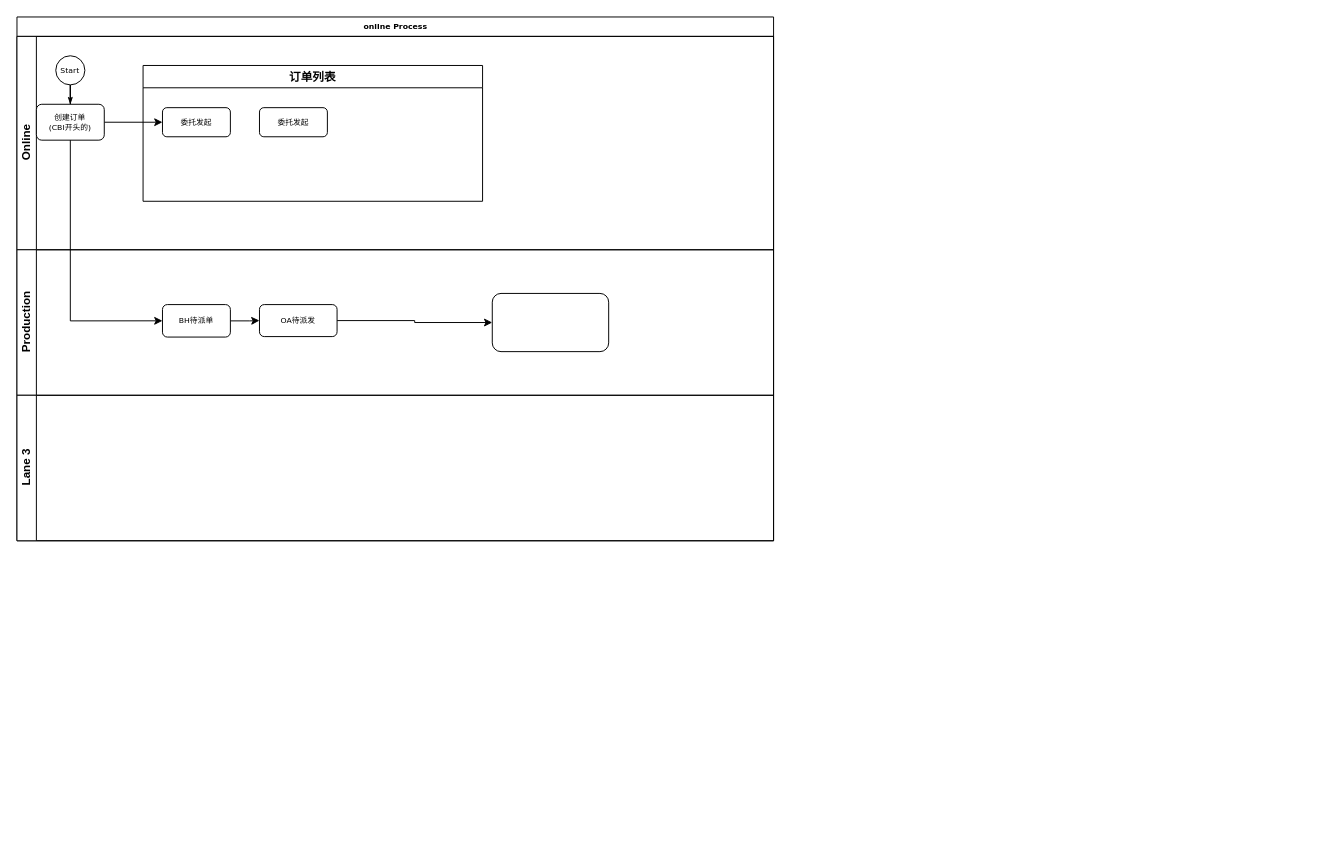
Above: 3.drawio in romon-liangbo/draw (draw.io), before the change. Source tidied: cells renumbered, new cells numbered last; positions are measured from the earlier drawing's top-left corner, leaving out a move shared by most shapes. Both pictures are drawn from the tidied source at 97%, with x=0, y=0 at pixel (16, 16).
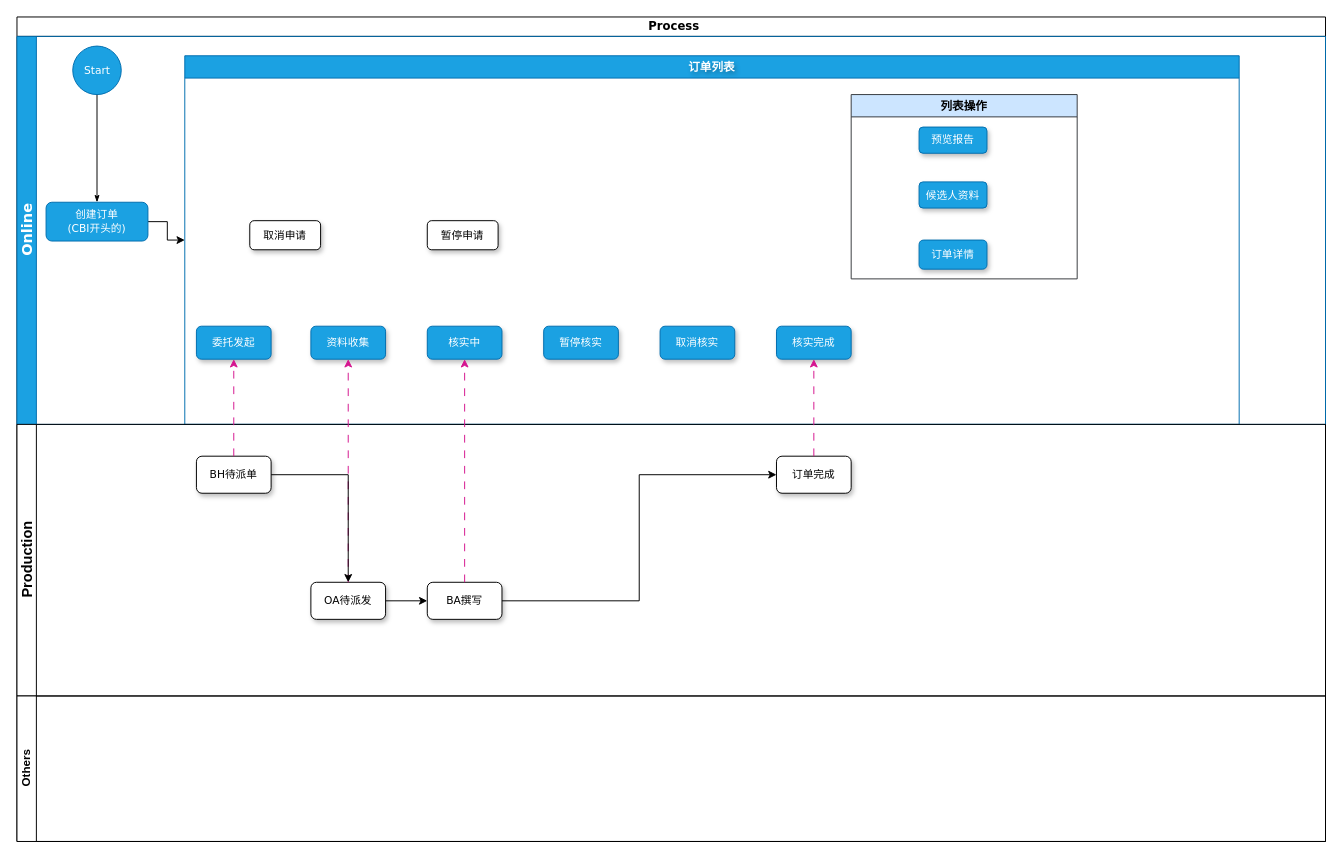
The same page after the edit.

The edit, as a diff of the source:
```diff
@@
-    <mxCell id="2" value="online Process" style="swimlane;html=1;horizontal=1;startSize=20;rounded=0;shadow=0;labelBackgroundColor=none;strokeWidth=1;fontFamily=Verdana;fontSize=8;align=center;" parent="1" vertex="1">
-      <mxGeometry width="780" height="540" as="geometry" />
+    <mxCell id="2" value="&amp;nbsp;Process" style="swimlane;html=1;horizontal=1;startSize=20;rounded=0;shadow=0;labelBackgroundColor=default;strokeWidth=1;fontFamily=Verdana;fontSize=12;align=center;" parent="1" vertex="1">
+      <mxGeometry width="1349" height="850" as="geometry" />
     </mxCell>
-    <mxCell id="3" value="Online" style="swimlane;html=1;startSize=20;horizontal=0;" parent="2" vertex="1">
-      <mxGeometry y="20" width="780" height="220" as="geometry" />
+    <mxCell id="3" value="&lt;font face=&quot;Verdana&quot; style=&quot;font-size: 15px;&quot;&gt;&lt;b style=&quot;&quot;&gt;Online&lt;/b&gt;&lt;/font&gt;" style="swimlane;html=1;startSize=20;horizontal=0;fontSize=12;fontStyle=0;fillColor=#1ba1e2;strokeColor=#006EAF;fontColor=#ffffff;" parent="2" vertex="1">
+      <mxGeometry y="20" width="1349" height="400" as="geometry" />
     </mxCell>
-    <mxCell id="4" value="订单列表" style="swimlane;whiteSpace=wrap;html=1;" parent="3" vertex="1">
-      <mxGeometry x="130" y="30" width="350" height="140" as="geometry" />
+    <mxCell id="4" value="订单列表" style="swimlane;whiteSpace=wrap;fillColor=#1ba1e2;strokeColor=#006EAF;fontColor=#ffffff;labelBackgroundColor=none;textShadow=1;html=1;" parent="3" vertex="1">
+      <mxGeometry x="173" y="20" width="1087" height="380" as="geometry" />
     </mxCell>
-    <mxCell id="5" value="委托发起" style="rounded=1;whiteSpace=wrap;html=1;shadow=0;labelBackgroundColor=none;strokeWidth=1;fontFamily=Verdana;fontSize=8;align=center;" parent="4" vertex="1">
-      <mxGeometry x="20" y="43.5" width="70" height="30" as="geometry" />
+    <mxCell id="5" value="&lt;font style=&quot;font-size: 11px;&quot;&gt;委托发起&lt;/font&gt;" style="rounded=1;whiteSpace=wrap;html=1;shadow=1;labelBackgroundColor=none;strokeWidth=1;fontFamily=Verdana;fontSize=11;align=center;fillColor=#1ba1e2;fontColor=#ffffff;strokeColor=#006EAF;" parent="4" vertex="1">
+      <mxGeometry x="12" y="278.8" width="77" height="34" as="geometry" />
     </mxCell>
-    <mxCell id="6" value="委托发起" style="rounded=1;whiteSpace=wrap;html=1;shadow=0;labelBackgroundColor=none;strokeWidth=1;fontFamily=Verdana;fontSize=8;align=center;" parent="4" vertex="1">
-      <mxGeometry x="120" y="43.5" width="70" height="30" as="geometry" />
-    </mxCell>
+    <mxCell id="19" value="资料收集" style="rounded=1;whiteSpace=wrap;html=1;shadow=1;labelBackgroundColor=none;strokeWidth=1;fontFamily=Verdana;fontSize=11;align=center;fillColor=#1ba1e2;fontColor=#ffffff;strokeColor=#006EAF;" parent="4" vertex="1">
+      <mxGeometry x="130" y="278.8" width="77" height="34" as="geometry" />
+    </mxCell>
+    <mxCell id="20" value="核实中" style="rounded=1;whiteSpace=wrap;html=1;shadow=1;labelBackgroundColor=none;strokeWidth=1;fontFamily=Verdana;fontSize=11;align=center;fillColor=#1ba1e2;fontColor=#ffffff;strokeColor=#006EAF;" parent="4" vertex="1">
+      <mxGeometry x="250" y="278.8" width="77" height="34" as="geometry" />
+    </mxCell>
+    <mxCell id="21" value="暂停核实" style="rounded=1;whiteSpace=wrap;html=1;shadow=1;labelBackgroundColor=none;strokeWidth=1;fontFamily=Verdana;fontSize=11;align=center;fillColor=#1ba1e2;fontColor=#ffffff;strokeColor=#006EAF;" parent="4" vertex="1">
+      <mxGeometry x="370" y="278.8" width="77" height="34" as="geometry" />
+    </mxCell>
+    <mxCell id="22" value="取消核实" style="rounded=1;whiteSpace=wrap;html=1;shadow=1;labelBackgroundColor=none;strokeWidth=1;fontFamily=Verdana;fontSize=11;align=center;fillColor=#1ba1e2;fontColor=#ffffff;strokeColor=#006EAF;" parent="4" vertex="1">
+      <mxGeometry x="490" y="278.8" width="77" height="34" as="geometry" />
+    </mxCell>
+    <mxCell id="23" value="核实完成" style="rounded=1;whiteSpace=wrap;html=1;shadow=1;labelBackgroundColor=none;strokeWidth=1;fontFamily=Verdana;fontSize=11;align=center;fillColor=#1ba1e2;fontColor=#ffffff;strokeColor=#006EAF;" parent="4" vertex="1">
+      <mxGeometry x="610" y="278.8" width="77" height="34" as="geometry" />
+    </mxCell>
+    <mxCell id="24" value="列表操作" style="swimlane;whiteSpace=wrap;html=1;fillColor=#cce5ff;strokeColor=#36393d;" parent="4" vertex="1">
+      <mxGeometry x="687" y="40" width="233" height="190" as="geometry" />
+    </mxCell>
+    <mxCell id="25" value="&lt;p style=&quot;line-height: 110%;&quot;&gt;预览报告&lt;/p&gt;" style="rounded=1;whiteSpace=wrap;html=1;shadow=1;labelBackgroundColor=none;strokeWidth=1;fontFamily=Verdana;fontSize=11;align=center;fillColor=#1ba1e2;fontColor=#ffffff;strokeColor=#006EAF;" parent="24" vertex="1">
+      <mxGeometry x="70" y="33.5" width="70" height="27" as="geometry" />
+    </mxCell>
+    <mxCell id="26" value="候选人资料" style="rounded=1;whiteSpace=wrap;html=1;shadow=1;labelBackgroundColor=none;strokeWidth=1;fontFamily=Verdana;fontSize=11;align=center;fillColor=#1ba1e2;fontColor=#ffffff;strokeColor=#006EAF;" parent="24" vertex="1">
+      <mxGeometry x="70" y="90" width="70" height="27" as="geometry" />
+    </mxCell>
+    <mxCell id="27" value="订单详情" style="rounded=1;whiteSpace=wrap;html=1;shadow=1;labelBackgroundColor=none;strokeWidth=1;fontFamily=Verdana;fontSize=11;align=center;fillColor=#1ba1e2;fontColor=#ffffff;strokeColor=#006EAF;" parent="24" vertex="1">
+      <mxGeometry x="70" y="150" width="70" height="30" as="geometry" />
+    </mxCell>
+    <mxCell id="28" value="取消申请" style="rounded=1;whiteSpace=wrap;html=1;shadow=1;labelBackgroundColor=none;strokeWidth=1;fontFamily=Verdana;fontSize=11;align=center;" parent="4" vertex="1">
+      <mxGeometry x="67" y="170" width="73" height="30" as="geometry" />
+    </mxCell>
+    <mxCell id="29" value="暂停申请" style="rounded=1;whiteSpace=wrap;html=1;shadow=1;labelBackgroundColor=none;strokeWidth=1;fontFamily=Verdana;fontSize=11;align=center;" parent="4" vertex="1">
+      <mxGeometry x="250" y="170" width="73" height="30" as="geometry" />
+    </mxCell>
@@
-    <mxCell id="8" value="Start" style="ellipse;whiteSpace=wrap;html=1;rounded=0;shadow=0;labelBackgroundColor=none;strokeWidth=1;fontFamily=Verdana;fontSize=8;align=center;" parent="3" vertex="1">
-      <mxGeometry x="40" y="20" width="30" height="30" as="geometry" />
+    <mxCell id="8" value="&lt;font style=&quot;font-size: 11px;&quot;&gt;Start&lt;/font&gt;" style="ellipse;whiteSpace=wrap;html=1;rounded=0;shadow=0;labelBackgroundColor=none;strokeWidth=1;fontFamily=Verdana;fontSize=8;align=center;fillColor=#1ba1e2;fontColor=#ffffff;strokeColor=#006EAF;" parent="3" vertex="1">
+      <mxGeometry x="57.5" y="10" width="50" height="50" as="geometry" />
     </mxCell>
-    <mxCell id="9" style="edgeStyle=orthogonalEdgeStyle;rounded=0;jettySize=auto;html=1;strokeWidth=1;" parent="3" edge="1" source="10" target="5">
-      <mxGeometry relative="1" as="geometry" />
-    </mxCell>
+    <mxCell id="30" style="edgeStyle=orthogonalEdgeStyle;rounded=0;jettySize=auto;html=1;entryX=0;entryY=0.5;entryDx=0;entryDy=0;" parent="3" edge="1" source="10" target="4">
+      <mxGeometry relative="1" as="geometry" />
+    </mxCell>
-    <mxCell id="10" value="创建订单&lt;br&gt;(CBI开头的)" style="rounded=1;whiteSpace=wrap;html=1;shadow=0;labelBackgroundColor=none;strokeWidth=1;fontFamily=Verdana;fontSize=8;align=center;" parent="3" vertex="1">
-      <mxGeometry x="20" y="70" width="70" height="37" as="geometry" />
+    <mxCell id="10" value="&lt;font style=&quot;font-size: 11px;&quot;&gt;创建订单&lt;br&gt;(CBI开头的)&lt;/font&gt;" style="rounded=1;whiteSpace=wrap;html=1;shadow=0;labelBackgroundColor=none;strokeWidth=1;fontFamily=Verdana;fontSize=8;align=center;direction=south;fillColor=#1ba1e2;fontColor=#ffffff;strokeColor=#006EAF;" parent="3" vertex="1">
+      <mxGeometry x="30" y="171" width="105" height="40" as="geometry" />
     </mxCell>
+    <mxCell id="17" value="&lt;font style=&quot;font-size: 15px;&quot;&gt;Production&lt;/font&gt;" style="swimlane;html=1;startSize=20;horizontal=0;" parent="2" vertex="1">
+      <mxGeometry y="420" width="1349" height="280" as="geometry" />
+    </mxCell>
+    <mxCell id="31" value="订单完成" style="rounded=1;whiteSpace=wrap;html=1;shadow=1;labelBackgroundColor=none;strokeWidth=1;fontFamily=Verdana;fontSize=11;align=center;" parent="17" vertex="1">
+      <mxGeometry x="783" y="32.8" width="77" height="38.2" as="geometry" />
+    </mxCell>
+    <mxCell id="13" value="BH待派单" style="rounded=1;whiteSpace=wrap;html=1;shadow=1;labelBackgroundColor=none;strokeWidth=1;fontFamily=Verdana;fontSize=11;align=center;" parent="17" vertex="1">
+      <mxGeometry x="185" y="32.8" width="77" height="38.2" as="geometry" />
+    </mxCell>
-    <mxCell id="11" value="Production" style="swimlane;html=1;startSize=20;horizontal=0;" parent="2" vertex="1">
-      <mxGeometry y="240" width="780" height="150" as="geometry" />
+    <mxCell id="11" value="Others" style="swimlane;html=1;startSize=20;horizontal=0;" parent="2" vertex="1">
+      <mxGeometry y="700" width="1349" height="150" as="geometry" />
     </mxCell>
+    <mxCell id="32" style="edgeStyle=orthogonalEdgeStyle;rounded=0;jettySize=auto;html=1;" parent="11" edge="1" source="15" target="33">
+      <mxGeometry relative="1" as="geometry" />
+    </mxCell>
+    <mxCell id="15" value="OA待派发" style="rounded=1;whiteSpace=wrap;html=1;shadow=1;labelBackgroundColor=none;strokeWidth=1;fontFamily=Verdana;fontSize=11;align=center;" parent="11" vertex="1">
+      <mxGeometry x="303" y="-117.2" width="77" height="38.2" as="geometry" />
+    </mxCell>
+    <mxCell id="33" value="BA撰写" style="rounded=1;whiteSpace=wrap;html=1;shadow=1;labelBackgroundColor=none;strokeWidth=1;fontFamily=Verdana;fontSize=11;align=center;" parent="11" vertex="1">
+      <mxGeometry x="423" y="-117.2" width="77" height="38.2" as="geometry" />
+    </mxCell>
+    <mxCell id="34" style="edgeStyle=orthogonalEdgeStyle;rounded=0;jettySize=auto;html=1;dashed=1;dashPattern=8 8;strokeColor=#d5158f;" parent="2" edge="1" source="13" target="5">
+      <mxGeometry relative="1" as="geometry" />
+    </mxCell>
+    <mxCell id="35" style="edgeStyle=orthogonalEdgeStyle;rounded=0;jettySize=auto;html=1;dashed=1;dashPattern=8 8;strokeColor=#d5158f;align=center;verticalAlign=middle;fontFamily=Helvetica;fontSize=11;fontColor=default;labelBackgroundColor=default;endArrow=classic;" parent="2" edge="1" source="15" target="19">
+      <mxGeometry relative="1" as="geometry" />
+    </mxCell>
+    <mxCell id="36" style="edgeStyle=orthogonalEdgeStyle;rounded=0;jettySize=auto;html=1;entryX=0.5;entryY=1;entryDx=0;entryDy=0;dashed=1;dashPattern=8 8;strokeColor=#d5158f;align=center;verticalAlign=middle;fontFamily=Helvetica;fontSize=11;fontColor=default;labelBackgroundColor=default;endArrow=classic;" parent="2" edge="1" source="33" target="20">
+      <mxGeometry relative="1" as="geometry" />
+    </mxCell>
+    <mxCell id="37" style="edgeStyle=orthogonalEdgeStyle;rounded=0;jettySize=auto;html=1;entryX=0.5;entryY=1;entryDx=0;entryDy=0;dashed=1;dashPattern=8 8;strokeColor=#d5158f;align=center;verticalAlign=middle;fontFamily=Helvetica;fontSize=11;fontColor=default;labelBackgroundColor=default;endArrow=classic;" parent="2" edge="1" source="31" target="23">
+      <mxGeometry relative="1" as="geometry" />
+    </mxCell>
-    <mxCell id="12" style="edgeStyle=orthogonalEdgeStyle;rounded=0;jettySize=auto;html=1;" parent="11" edge="1" source="13" target="15">
+    <mxCell id="12" style="edgeStyle=orthogonalEdgeStyle;rounded=0;jettySize=auto;html=1;" parent="2" edge="1" source="13" target="15">
       <mxGeometry relative="1" as="geometry" />
     </mxCell>
-    <mxCell id="13" value="BH待派单" style="rounded=1;whiteSpace=wrap;html=1;shadow=0;labelBackgroundColor=none;strokeWidth=1;fontFamily=Verdana;fontSize=8;align=center;" parent="11" vertex="1">
-      <mxGeometry x="150" y="56.5" width="70" height="33.5" as="geometry" />
-    </mxCell>
-    <mxCell id="14" style="edgeStyle=orthogonalEdgeStyle;rounded=0;jettySize=auto;html=1;" parent="11" edge="1" source="15" target="16">
-      <mxGeometry relative="1" as="geometry" />
-    </mxCell>
-    <mxCell id="15" value="OA待派发" style="rounded=1;whiteSpace=wrap;html=1;shadow=0;labelBackgroundColor=none;strokeWidth=1;fontFamily=Verdana;fontSize=8;align=center;" parent="11" vertex="1">
-      <mxGeometry x="250" y="56.5" width="80" height="33" as="geometry" />
-    </mxCell>
-    <mxCell id="16" style="whiteSpace=wrap;html=1;fontSize=8;fontFamily=Verdana;rounded=1;shadow=0;labelBackgroundColor=none;strokeWidth=1;" parent="11" vertex="1">
-      <mxGeometry x="490" y="45" width="120" height="60" as="geometry" />
-    </mxCell>
-    <mxCell id="17" value="Lane 3" style="swimlane;html=1;startSize=20;horizontal=0;" parent="2" vertex="1">
-      <mxGeometry y="390" width="780" height="150" as="geometry" />
-    </mxCell>
-    <mxCell id="18" style="edgeStyle=orthogonalEdgeStyle;rounded=0;jettySize=auto;html=1;exitX=0.5;exitY=1;exitDx=0;exitDy=0;entryX=0;entryY=0.5;entryDx=0;entryDy=0;" parent="2" edge="1" source="10" target="13">
-      <mxGeometry relative="1" as="geometry" />
-    </mxCell>
+    <mxCell id="38" style="edgeStyle=orthogonalEdgeStyle;rounded=0;jettySize=auto;html=1;entryX=0;entryY=0.5;entryDx=0;entryDy=0;" parent="2" edge="1" source="33" target="31">
+      <mxGeometry relative="1" as="geometry" />
+    </mxCell>
```
